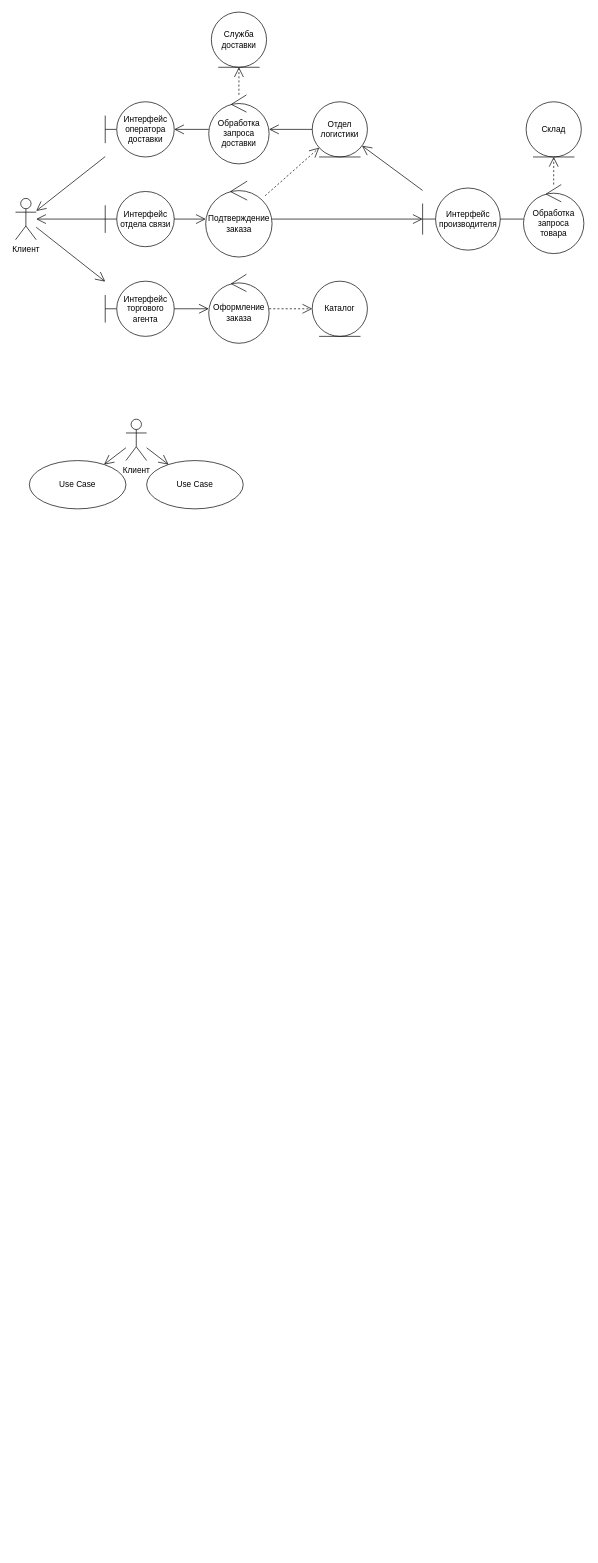
Earlier version of the draw.io diagram AKMS3.drawio (ReLLoMine/drawio). Source tidied: cells renumbered, new cells numbered last; positions are measured from the earlier drawing's top-left corner, leaving out a move shared by most shapes. Both pictures are drawn from the tidied source at 69%, with x=0, y=0 at pixel (15, 12).
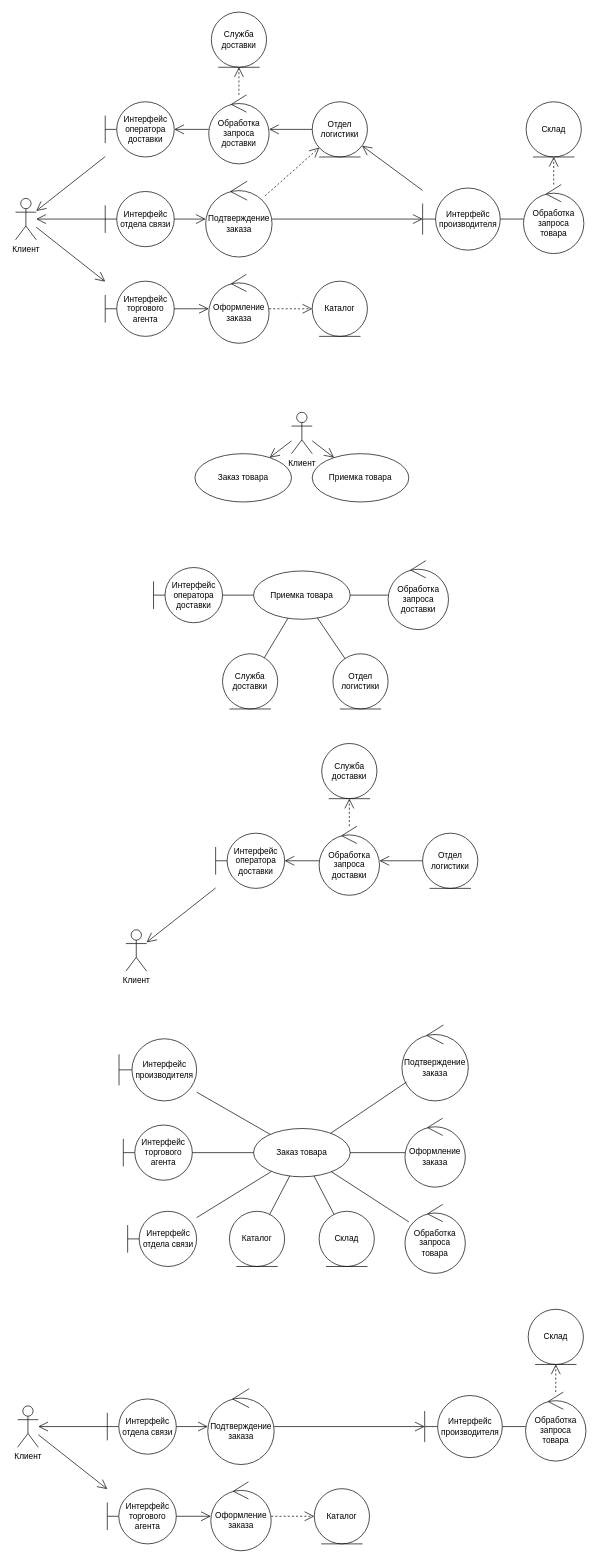
Above is the later version.

Diff of the diagram source:
```diff
@@
     <mxCell id="29" value="Клиент" style="shape=umlActor;verticalLabelPosition=bottom;verticalAlign=top;html=1;outlineConnect=0;" parent="1" vertex="1">
-      <mxGeometry x="160" y="590" width="30" height="60" as="geometry" />
+      <mxGeometry x="400" y="580" width="30" height="60" as="geometry" />
     </mxCell>
-    <mxCell id="30" value="Use Case" style="ellipse;whiteSpace=wrap;html=1;" parent="1" vertex="1">
-      <mxGeometry x="190" y="650" width="140" height="70" as="geometry" />
+    <mxCell id="30" value="Приемка товара" style="ellipse;whiteSpace=wrap;html=1;" parent="1" vertex="1">
+      <mxGeometry x="430" y="640" width="140" height="70" as="geometry" />
     </mxCell>
-    <mxCell id="31" value="Use Case" style="ellipse;whiteSpace=wrap;html=1;" parent="1" vertex="1">
-      <mxGeometry x="20" y="650" width="140" height="70" as="geometry" />
+    <mxCell id="31" value="Заказ товара" style="ellipse;whiteSpace=wrap;html=1;" parent="1" vertex="1">
+      <mxGeometry x="260" y="640" width="140" height="70" as="geometry" />
     </mxCell>
@@
+    <mxCell id="34" value="Заказ товара" style="ellipse;whiteSpace=wrap;html=1;" parent="1" vertex="1">
+      <mxGeometry x="345" y="1618" width="140" height="70" as="geometry" />
+    </mxCell>
+    <mxCell id="35" value="Приемка товара" style="ellipse;whiteSpace=wrap;html=1;" parent="1" vertex="1">
+      <mxGeometry x="345" y="810" width="140" height="70" as="geometry" />
+    </mxCell>
+    <mxCell id="36" value="Интерфейс оператора доставки" style="shape=umlBoundary;whiteSpace=wrap;html=1;" parent="1" vertex="1">
+      <mxGeometry x="200" y="805" width="100" height="80" as="geometry" />
+    </mxCell>
+    <mxCell id="37" value="Отдел логистики" style="ellipse;shape=umlEntity;whiteSpace=wrap;html=1;" parent="1" vertex="1">
+      <mxGeometry x="460" y="930" width="80" height="80" as="geometry" />
+    </mxCell>
+    <mxCell id="38" value="Служба доставки" style="ellipse;shape=umlEntity;whiteSpace=wrap;html=1;" parent="1" vertex="1">
+      <mxGeometry x="300" y="930" width="80" height="80" as="geometry" />
+    </mxCell>
+    <mxCell id="39" value="Обработка запроса доставки" style="ellipse;shape=umlControl;whiteSpace=wrap;html=1;" parent="1" vertex="1">
+      <mxGeometry x="540" y="795" width="87.5" height="100" as="geometry" />
+    </mxCell>
+    <mxCell id="40" style="endArrow=none;endFill=0;endSize=12;html=1;rounded=0;" parent="1" edge="1" source="39" target="35">
+      <mxGeometry relative="1" as="geometry" />
+    </mxCell>
+    <mxCell id="41" style="endArrow=none;endFill=0;endSize=12;html=1;rounded=0;" parent="1" edge="1" source="36" target="35">
+      <mxGeometry relative="1" as="geometry" />
+    </mxCell>
+    <mxCell id="42" style="endArrow=none;endFill=0;endSize=12;html=1;rounded=0;" parent="1" edge="1" source="35" target="37">
+      <mxGeometry relative="1" as="geometry" />
+    </mxCell>
+    <mxCell id="43" style="endArrow=none;endFill=0;endSize=12;html=1;rounded=0;" parent="1" edge="1" source="35" target="38">
+      <mxGeometry relative="1" as="geometry" />
+    </mxCell>
+    <mxCell id="44" value="Интерфейс производителя" style="shape=umlBoundary;whiteSpace=wrap;html=1;" parent="1" vertex="1">
+      <mxGeometry x="150" y="1488" width="112.5" height="90" as="geometry" />
+    </mxCell>
+    <mxCell id="45" value="Интерфейс торгового агента" style="shape=umlBoundary;whiteSpace=wrap;html=1;" parent="1" vertex="1">
+      <mxGeometry x="156.2" y="1613" width="100" height="80" as="geometry" />
+    </mxCell>
+    <mxCell id="46" value="Интерфейс отдела связи" style="shape=umlBoundary;whiteSpace=wrap;html=1;" parent="1" vertex="1">
+      <mxGeometry x="162.5" y="1738" width="100" height="80" as="geometry" />
+    </mxCell>
+    <mxCell id="47" value="Обработка запроса товара" style="ellipse;shape=umlControl;whiteSpace=wrap;html=1;" parent="1" vertex="1">
+      <mxGeometry x="564.4" y="1728" width="87.5" height="100" as="geometry" />
+    </mxCell>
+    <mxCell id="48" value="Каталог" style="ellipse;shape=umlEntity;whiteSpace=wrap;html=1;" parent="1" vertex="1">
+      <mxGeometry x="310" y="1738" width="80" height="80" as="geometry" />
+    </mxCell>
+    <mxCell id="49" value="Склад" style="ellipse;shape=umlEntity;whiteSpace=wrap;html=1;" parent="1" vertex="1">
+      <mxGeometry x="440" y="1738" width="80" height="80" as="geometry" />
+    </mxCell>
+    <mxCell id="50" value="Подтверждение заказа" style="ellipse;shape=umlControl;whiteSpace=wrap;html=1;" parent="1" vertex="1">
+      <mxGeometry x="560" y="1468" width="96.2" height="110" as="geometry" />
+    </mxCell>
+    <mxCell id="51" value="Оформление заказа" style="ellipse;shape=umlControl;whiteSpace=wrap;html=1;" parent="1" vertex="1">
+      <mxGeometry x="564.4" y="1603" width="87.5" height="100" as="geometry" />
+    </mxCell>
+    <mxCell id="52" style="endArrow=none;endFill=0;endSize=12;html=1;rounded=0;" parent="1" edge="1" source="44" target="34">
+      <mxGeometry relative="1" as="geometry" />
+    </mxCell>
+    <mxCell id="53" style="endArrow=none;endFill=0;endSize=12;html=1;rounded=0;" parent="1" edge="1" source="45" target="34">
+      <mxGeometry relative="1" as="geometry" />
+    </mxCell>
+    <mxCell id="54" style="endArrow=none;endFill=0;endSize=12;html=1;rounded=0;" parent="1" edge="1" source="46" target="34">
+      <mxGeometry relative="1" as="geometry" />
+    </mxCell>
+    <mxCell id="55" style="endArrow=none;endFill=0;endSize=12;html=1;rounded=0;" parent="1" edge="1" source="48" target="34">
+      <mxGeometry relative="1" as="geometry" />
+    </mxCell>
+    <mxCell id="56" style="endArrow=none;endFill=0;endSize=12;html=1;rounded=0;" parent="1" edge="1" source="49" target="34">
+      <mxGeometry relative="1" as="geometry" />
+    </mxCell>
+    <mxCell id="57" style="endArrow=none;endFill=0;endSize=12;html=1;rounded=0;" parent="1" edge="1" source="47" target="34">
+      <mxGeometry relative="1" as="geometry" />
+    </mxCell>
+    <mxCell id="58" style="endArrow=none;endFill=0;endSize=12;html=1;rounded=0;" parent="1" edge="1" source="51" target="34">
+      <mxGeometry relative="1" as="geometry" />
+    </mxCell>
+    <mxCell id="59" style="endArrow=none;endFill=0;endSize=12;html=1;rounded=0;" parent="1" edge="1" source="50" target="34">
+      <mxGeometry relative="1" as="geometry" />
+    </mxCell>
+    <mxCell id="60" value="Клиент" style="shape=umlActor;verticalLabelPosition=bottom;verticalAlign=top;html=1;outlineConnect=0;" parent="1" vertex="1">
+      <mxGeometry x="160" y="1330" width="30" height="60" as="geometry" />
+    </mxCell>
+    <mxCell id="61" value="Интерфейс оператора доставки" style="shape=umlBoundary;whiteSpace=wrap;html=1;" parent="1" vertex="1">
+      <mxGeometry x="290" y="1190" width="100" height="80" as="geometry" />
+    </mxCell>
+    <mxCell id="62" style="endArrow=open;endFill=1;endSize=12;html=1;rounded=0;" parent="1" edge="1" source="61" target="60">
+      <mxGeometry relative="1" as="geometry" />
+    </mxCell>
+    <mxCell id="63" value="Отдел логистики" style="ellipse;shape=umlEntity;whiteSpace=wrap;html=1;" parent="1" vertex="1">
+      <mxGeometry x="590" y="1190" width="80" height="80" as="geometry" />
+    </mxCell>
+    <mxCell id="64" value="Служба доставки" style="ellipse;shape=umlEntity;whiteSpace=wrap;html=1;" parent="1" vertex="1">
+      <mxGeometry x="443.8" y="1060" width="80" height="80" as="geometry" />
+    </mxCell>
+    <mxCell id="65" value="Обработка запроса доставки" style="ellipse;shape=umlControl;whiteSpace=wrap;html=1;" parent="1" vertex="1">
+      <mxGeometry x="440" y="1180" width="87.5" height="100" as="geometry" />
+    </mxCell>
+    <mxCell id="66" style="endArrow=open;endFill=1;endSize=12;html=1;rounded=0;dashed=1;" parent="1" edge="1" source="65" target="64">
+      <mxGeometry relative="1" as="geometry" />
+    </mxCell>
+    <mxCell id="67" style="endArrow=open;endFill=1;endSize=12;html=1;rounded=0;" parent="1" edge="1" source="65" target="61">
+      <mxGeometry relative="1" as="geometry" />
+    </mxCell>
+    <mxCell id="68" style="endArrow=open;endFill=1;endSize=12;html=1;rounded=0;" parent="1" edge="1" source="63" target="65">
+      <mxGeometry relative="1" as="geometry" />
+    </mxCell>
+    <mxCell id="69" value="Клиент" style="shape=umlActor;verticalLabelPosition=bottom;verticalAlign=top;html=1;outlineConnect=0;" parent="1" vertex="1">
+      <mxGeometry x="3" y="2020" width="30" height="60" as="geometry" />
+    </mxCell>
+    <mxCell id="70" value="Интерфейс производителя" style="shape=umlBoundary;whiteSpace=wrap;html=1;" parent="1" vertex="1">
+      <mxGeometry x="593" y="2005" width="112.5" height="90" as="geometry" />
+    </mxCell>
+    <mxCell id="71" value="Интерфейс торгового агента" style="shape=umlBoundary;whiteSpace=wrap;html=1;" parent="1" vertex="1">
+      <mxGeometry x="133" y="2140" width="100" height="80" as="geometry" />
+    </mxCell>
+    <mxCell id="72" value="Интерфейс отдела связи" style="shape=umlBoundary;whiteSpace=wrap;html=1;" parent="1" vertex="1">
+      <mxGeometry x="133" y="2010" width="100" height="80" as="geometry" />
+    </mxCell>
+    <mxCell id="73" style="endArrow=open;endFill=1;endSize=12;html=1;rounded=0;" parent="1" edge="1" source="69" target="71">
+      <mxGeometry relative="1" as="geometry" />
+    </mxCell>
+    <mxCell id="74" style="endArrow=open;endFill=1;endSize=12;html=1;rounded=0;" parent="1" edge="1" source="72" target="69">
+      <mxGeometry relative="1" as="geometry" />
+    </mxCell>
+    <mxCell id="75" value="Обработка запроса товара" style="ellipse;shape=umlControl;whiteSpace=wrap;html=1;" parent="1" vertex="1">
+      <mxGeometry x="739.2" y="2000" width="87.5" height="100" as="geometry" />
+    </mxCell>
+    <mxCell id="76" value="Каталог" style="ellipse;shape=umlEntity;whiteSpace=wrap;html=1;" parent="1" vertex="1">
+      <mxGeometry x="433" y="2140" width="80" height="80" as="geometry" />
+    </mxCell>
+    <mxCell id="77" value="Склад" style="ellipse;shape=umlEntity;whiteSpace=wrap;html=1;" parent="1" vertex="1">
+      <mxGeometry x="743" y="1880" width="80" height="80" as="geometry" />
+    </mxCell>
+    <mxCell id="78" value="Подтверждение заказа" style="ellipse;shape=umlControl;whiteSpace=wrap;html=1;" parent="1" vertex="1">
+      <mxGeometry x="278.6" y="1995" width="96.2" height="110" as="geometry" />
+    </mxCell>
+    <mxCell id="79" value="Оформление заказа" style="ellipse;shape=umlControl;whiteSpace=wrap;html=1;" parent="1" vertex="1">
+      <mxGeometry x="283" y="2130" width="87.5" height="100" as="geometry" />
+    </mxCell>
+    <mxCell id="80" style="endArrow=open;endFill=1;endSize=12;html=1;rounded=0;dashed=1;" parent="1" edge="1" source="75" target="77">
+      <mxGeometry relative="1" as="geometry" />
+    </mxCell>
+    <mxCell id="81" style="endArrow=open;endFill=1;endSize=12;html=1;rounded=0;dashed=1;" parent="1" edge="1" source="79" target="76">
+      <mxGeometry relative="1" as="geometry" />
+    </mxCell>
+    <mxCell id="82" style="endArrow=open;endFill=1;endSize=12;html=1;rounded=0;" parent="1" edge="1" source="71" target="79">
+      <mxGeometry relative="1" as="geometry" />
+    </mxCell>
+    <mxCell id="83" style="endArrow=open;endFill=1;endSize=12;html=1;rounded=0;" parent="1" edge="1" source="72" target="78">
+      <mxGeometry relative="1" as="geometry" />
+    </mxCell>
+    <mxCell id="84" style="endArrow=open;endFill=1;endSize=12;html=1;rounded=0;" parent="1" edge="1" source="78" target="70">
+      <mxGeometry relative="1" as="geometry" />
+    </mxCell>
+    <mxCell id="85" style="endArrow=none;endFill=0;endSize=12;html=1;rounded=0;" parent="1" edge="1" source="70" target="75">
+      <mxGeometry relative="1" as="geometry" />
+    </mxCell>
```
